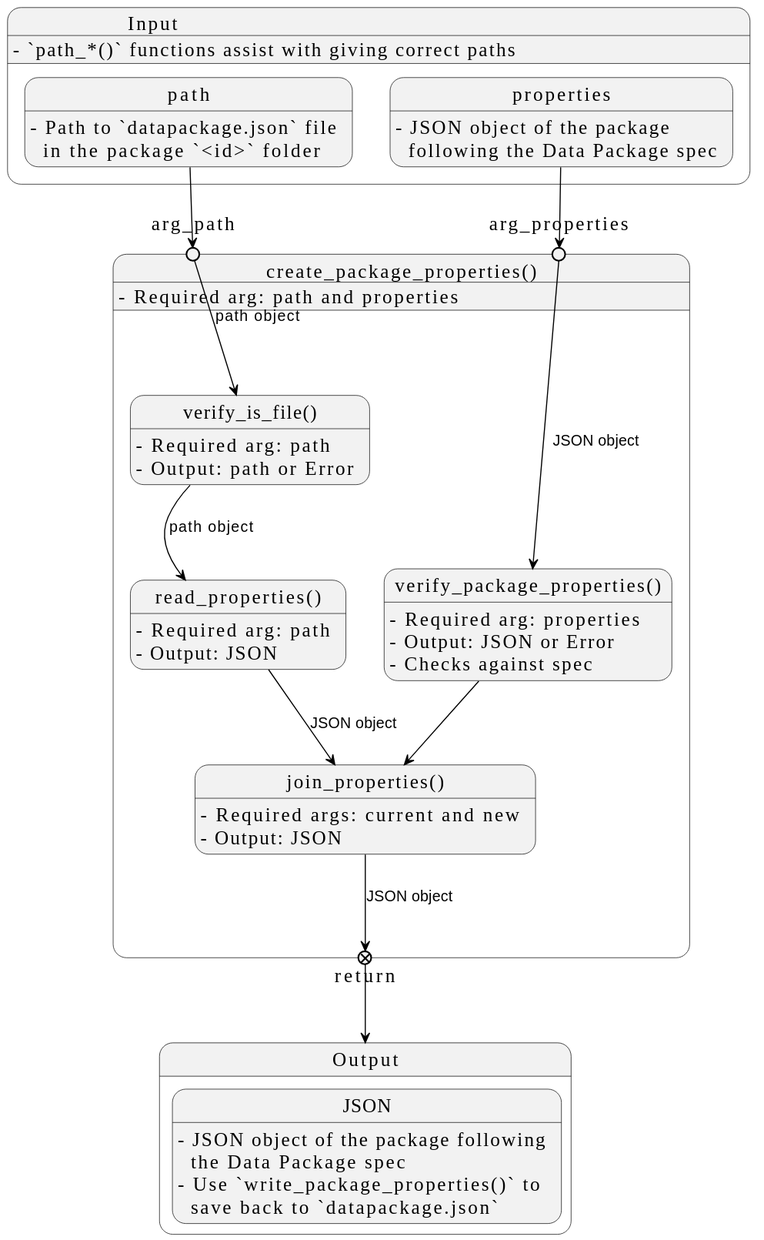
seedcase-project/seedcase-sprout keeps this PlantUML diagram as docs/design/implementation/images/core/create-package-properties.svg. Above is the earlier version. Source of this version:
```plantuml
@startuml
!theme seedcase from https://raw.githubusercontent.com/seedcase-project/seedcase-theme/main

state "Input" as input {
  input : - `path_*()` functions assist with giving correct paths
  path : - Path to `datapackage.json` file\n  in the package `<id>` folder
  properties: - JSON object of the package\n  following the Data Package spec
}

state "Output" as output {
  state "JSON" as json_output
  json_output : - JSON object of the package following\n  the Data Package spec
  json_output : - Use `write_package_properties()` to\n  save back to `datapackage.json`
}

state "create_package_properties()" as cps {
  cps : - Required arg: path and properties

  state arg_path <<entryPoint>>
  state arg_properties <<entryPoint>>

  path --> arg_path
  properties --> arg_properties

  state "verify_is_file()" as vif
  vif : - Required arg: path
  vif : - Output: path or Error
  arg_path --> vif : path object

  state "verify_package_properties()" as vpp
  vpp : - Required arg: properties
  vpp : - Output: JSON or Error
  vpp : - Checks against spec
  arg_properties --> vpp : JSON object

  state "read_properties()" as rp
  rp : - Required arg: path
  rp : - Output: JSON
  vif --> rp : path object

  state "join_properties()" as jp
  jp : - Required args: current and new
  jp : - Output: JSON
  rp --> jp : JSON object
  vpp --> jp

  state "return" <<exitPoint>>
  jp --> return : JSON object
  return --> output
}
@enduml
```
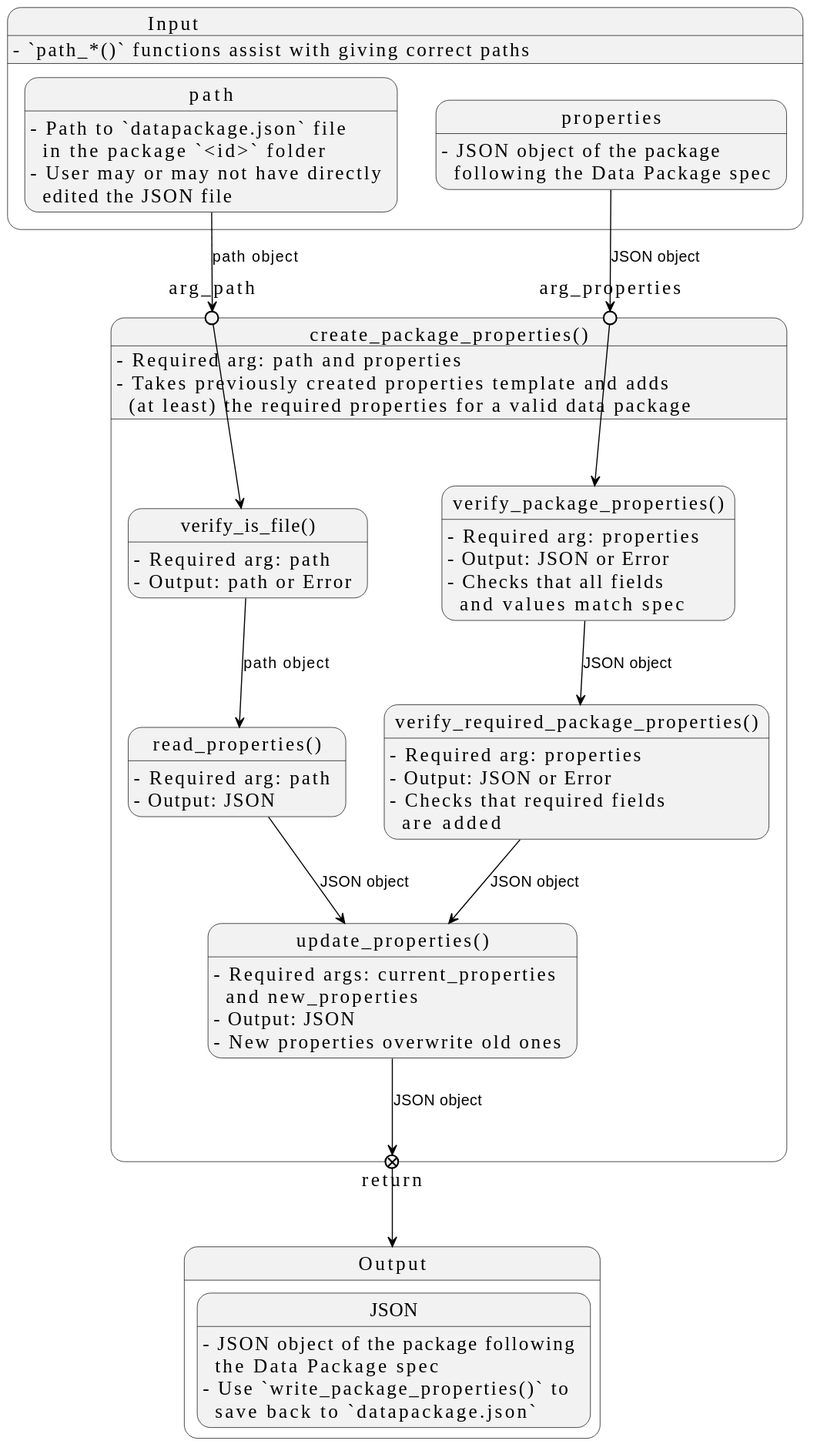
The same diagram one commit later.

What changed in the source:
```diff
@@ -4,6 +4,7 @@
 state "Input" as input {
   input : - `path_*()` functions assist with giving correct paths
   path : - Path to `datapackage.json` file\n  in the package `<id>` folder
+  path : - User may or may not have directly\n  edited the JSON file
   properties: - JSON object of the package\n  following the Data Package spec
 }
 
@@ -15,37 +16,45 @@
 
 state "create_package_properties()" as cps {
   cps : - Required arg: path and properties
+  cps : - Takes previously created properties template and adds\n  (at least) the required properties for a valid data package
 
   state arg_path <<entryPoint>>
   state arg_properties <<entryPoint>>
 
-  path --> arg_path
-  properties --> arg_properties
+  path --> arg_path : path object
+  properties --> arg_properties : JSON object
 
   state "verify_is_file()" as vif
   vif : - Required arg: path
   vif : - Output: path or Error
-  arg_path --> vif : path object
+  arg_path --> vif
 
   state "verify_package_properties()" as vpp
   vpp : - Required arg: properties
   vpp : - Output: JSON or Error
-  vpp : - Checks against spec
-  arg_properties --> vpp : JSON object
+  vpp : - Checks that all fields\n  and values match spec
+  arg_properties --> vpp
+
+  state "verify_required_package_properties()" as vrp
+  vrp : - Required arg: properties
+  vrp : - Output: JSON or Error
+  vrp : - Checks that required fields\n  are added
+  vpp --> vrp : JSON object
 
   state "read_properties()" as rp
   rp : - Required arg: path
   rp : - Output: JSON
   vif --> rp : path object
 
-  state "join_properties()" as jp
-  jp : - Required args: current and new
-  jp : - Output: JSON
-  rp --> jp : JSON object
-  vpp --> jp
+  state "update_properties()" as up
+  up : - Required args: current_properties\n  and new_properties
+  up : - Output: JSON
+  up : - New properties overwrite old ones
+  rp --> up : JSON object
+  vrp --> up : JSON object
 
   state "return" <<exitPoint>>
-  jp --> return : JSON object
+  up --> return : JSON object
   return --> output
 }
 @enduml
```
